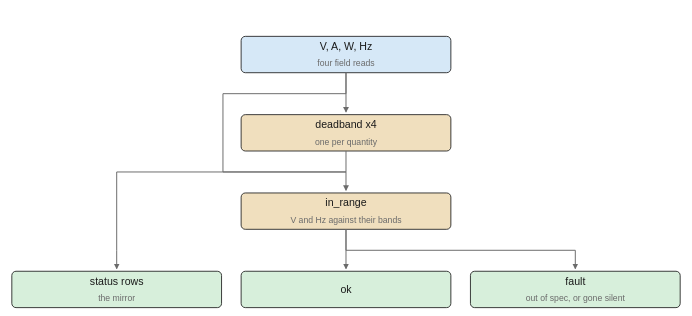
Before: images/logic/block_AcSupply.drawio.svg, a diagram exported from draw.io (pstch/botanik2). Source tidied: cells renumbered, new cells last; positions are measured from the earlier drawing's top-left corner, leaving out a move shared by most shapes.
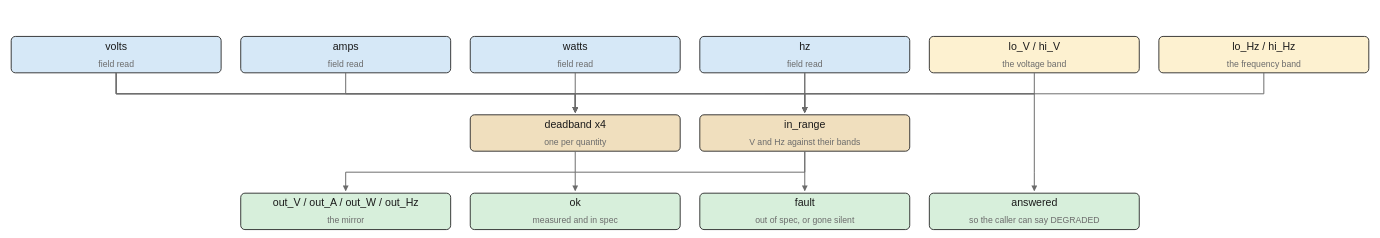
Later version of the same file.

Commit message:
logic report: AcSupply has eight inputs, not one called 'rows'

Diff of the diagram source:
```diff
@@ -2,68 +2,150 @@
   <root>
     <mxCell id="0" />
     <mxCell id="1" parent="0" />
-    <mxCell id="2" value="V, A, W, Hz" style="rounded=1;fillColor=#d6e8f7;strokeColor=#1a1a1a;whiteSpace=wrap;html=1;fontSize=8;" parent="1" vertex="1">
-      <mxGeometry x="164" width="150" height="26" as="geometry" />
+    <mxCell id="2" value="volts" style="rounded=1;fillColor=#d6e8f7;strokeColor=#1a1a1a;whiteSpace=wrap;html=1;fontSize=8;" parent="1" vertex="1">
+      <mxGeometry width="150" height="26" as="geometry" />
     </mxCell>
-    <mxCell id="3" value="deadband x4" style="rounded=1;fillColor=#f0dfbe;strokeColor=#1a1a1a;whiteSpace=wrap;html=1;fontSize=8;" parent="1" vertex="1">
-      <mxGeometry x="164" y="56" width="150" height="26" as="geometry" />
+    <mxCell id="3" value="amps" style="rounded=1;fillColor=#d6e8f7;strokeColor=#1a1a1a;whiteSpace=wrap;html=1;fontSize=8;" parent="1" vertex="1">
+      <mxGeometry x="164" width="150" height="26" as="geometry" />
     </mxCell>
-    <mxCell id="4" value="in_range" style="rounded=1;fillColor=#f0dfbe;strokeColor=#1a1a1a;whiteSpace=wrap;html=1;fontSize=8;" parent="1" vertex="1">
-      <mxGeometry x="164" y="112" width="150" height="26" as="geometry" />
+    <mxCell id="4" value="watts" style="rounded=1;fillColor=#d6e8f7;strokeColor=#1a1a1a;whiteSpace=wrap;html=1;fontSize=8;" parent="1" vertex="1">
+      <mxGeometry x="328" width="150" height="26" as="geometry" />
     </mxCell>
-    <mxCell id="5" value="status rows" style="rounded=1;fillColor=#d7efdb;strokeColor=#1a1a1a;whiteSpace=wrap;html=1;fontSize=8;" parent="1" vertex="1">
-      <mxGeometry y="168" width="150" height="26" as="geometry" />
+    <mxCell id="5" value="hz" style="rounded=1;fillColor=#d6e8f7;strokeColor=#1a1a1a;whiteSpace=wrap;html=1;fontSize=8;" parent="1" vertex="1">
+      <mxGeometry x="492" width="150" height="26" as="geometry" />
     </mxCell>
-    <mxCell id="6" value="ok" style="rounded=1;fillColor=#d7efdb;strokeColor=#1a1a1a;whiteSpace=wrap;html=1;fontSize=8;" parent="1" vertex="1">
-      <mxGeometry x="164" y="168" width="150" height="26" as="geometry" />
+    <mxCell id="6" value="lo_V / hi_V" style="rounded=1;fillColor=#fdf1d0;strokeColor=#1a1a1a;whiteSpace=wrap;html=1;fontSize=8;" parent="1" vertex="1">
+      <mxGeometry x="656" width="150" height="26" as="geometry" />
     </mxCell>
-    <mxCell id="7" value="fault" style="rounded=1;fillColor=#d7efdb;strokeColor=#1a1a1a;whiteSpace=wrap;html=1;fontSize=8;" parent="1" vertex="1">
-      <mxGeometry x="328" y="168" width="150" height="26" as="geometry" />
+    <mxCell id="7" value="lo_Hz / hi_Hz" style="rounded=1;fillColor=#fdf1d0;strokeColor=#1a1a1a;whiteSpace=wrap;html=1;fontSize=8;" parent="1" vertex="1">
+      <mxGeometry x="820" width="150" height="26" as="geometry" />
     </mxCell>
-    <mxCell id="8" style="edgeStyle=none;html=1;strokeColor=#6b6b6b;endArrow=block;" parent="1" edge="1">
-      <mxGeometry relative="1" as="geometry">
-        <mxPoint x="239" y="26" as="sourcePoint" />
-        <mxPoint x="239" y="54" as="targetPoint" />
-      </mxGeometry>
-    </mxCell>
-    <mxCell id="9" style="edgeStyle=none;html=1;strokeColor=#6b6b6b;endArrow=block;" parent="1" edge="1">
-      <mxGeometry relative="1" as="geometry">
-        <mxPoint x="239" y="82" as="sourcePoint" />
-        <mxPoint x="75" y="166" as="targetPoint" />
-        <Array as="points">
-          <mxPoint x="239" y="97" />
-          <mxPoint x="75" y="97" />
-          <mxPoint x="75" y="153" />
-        </Array>
-      </mxGeometry>
-    </mxCell>
-    <mxCell id="10" style="edgeStyle=none;html=1;strokeColor=#6b6b6b;endArrow=block;" parent="1" edge="1">
-      <mxGeometry relative="1" as="geometry">
-        <mxPoint x="239" y="26" as="sourcePoint" />
-        <mxPoint x="239" y="110" as="targetPoint" />
-        <Array as="points">
-          <mxPoint x="239" y="41" />
-          <mxPoint x="151" y="41" />
-          <mxPoint x="151" y="97" />
-          <mxPoint x="239" y="97" />
-        </Array>
-      </mxGeometry>
-    </mxCell>
-    <mxCell id="11" style="edgeStyle=none;html=1;strokeColor=#6b6b6b;endArrow=block;" parent="1" edge="1">
-      <mxGeometry relative="1" as="geometry">
-        <mxPoint x="239" y="138" as="sourcePoint" />
-        <mxPoint x="239" y="166" as="targetPoint" />
-      </mxGeometry>
-    </mxCell>
-    <mxCell id="12" style="edgeStyle=none;html=1;strokeColor=#6b6b6b;endArrow=block;" parent="1" edge="1">
-      <mxGeometry relative="1" as="geometry">
-        <mxPoint x="239" y="138" as="sourcePoint" />
-        <mxPoint x="403" y="166" as="targetPoint" />
-        <Array as="points">
-          <mxPoint x="239" y="153" />
-          <mxPoint x="403" y="153" />
-        </Array>
-      </mxGeometry>
-    </mxCell>
+    <mxCell id="13" value="deadband x4" style="rounded=1;fillColor=#f0dfbe;strokeColor=#1a1a1a;whiteSpace=wrap;html=1;fontSize=8;" parent="1" vertex="1">
+      <mxGeometry x="328" y="56" width="150" height="26" as="geometry" />
+    </mxCell>
+    <mxCell id="14" value="in_range" style="rounded=1;fillColor=#f0dfbe;strokeColor=#1a1a1a;whiteSpace=wrap;html=1;fontSize=8;" parent="1" vertex="1">
+      <mxGeometry x="492" y="56" width="150" height="26" as="geometry" />
+    </mxCell>
+    <mxCell id="15" value="out_V / out_A / out_W / out_Hz" style="rounded=1;fillColor=#d7efdb;strokeColor=#1a1a1a;whiteSpace=wrap;html=1;fontSize=8;" parent="1" vertex="1">
+      <mxGeometry x="164" y="112" width="150" height="26" as="geometry" />
+    </mxCell>
+    <mxCell id="16" value="ok" style="rounded=1;fillColor=#d7efdb;strokeColor=#1a1a1a;whiteSpace=wrap;html=1;fontSize=8;" parent="1" vertex="1">
+      <mxGeometry x="328" y="112" width="150" height="26" as="geometry" />
+    </mxCell>
+    <mxCell id="17" value="fault" style="rounded=1;fillColor=#d7efdb;strokeColor=#1a1a1a;whiteSpace=wrap;html=1;fontSize=8;" parent="1" vertex="1">
+      <mxGeometry x="492" y="112" width="150" height="26" as="geometry" />
+    </mxCell>
+    <mxCell id="18" value="answered" style="rounded=1;fillColor=#d7efdb;strokeColor=#1a1a1a;whiteSpace=wrap;html=1;fontSize=8;" parent="1" vertex="1">
+      <mxGeometry x="656" y="112" width="150" height="26" as="geometry" />
+    </mxCell>
+    <mxCell id="19" style="edgeStyle=none;html=1;strokeColor=#6b6b6b;endArrow=block;" parent="1" edge="1">
+      <mxGeometry relative="1" as="geometry">
+        <mxPoint x="75" y="26" as="sourcePoint" />
+        <mxPoint x="403" y="54" as="targetPoint" />
+        <Array as="points">
+          <mxPoint x="75" y="41" />
+          <mxPoint x="403" y="41" />
+        </Array>
+      </mxGeometry>
+    </mxCell>
+    <mxCell id="20" style="edgeStyle=none;html=1;strokeColor=#6b6b6b;endArrow=block;" parent="1" edge="1">
+      <mxGeometry relative="1" as="geometry">
+        <mxPoint x="239" y="26" as="sourcePoint" />
+        <mxPoint x="403" y="54" as="targetPoint" />
+        <Array as="points">
+          <mxPoint x="239" y="41" />
+          <mxPoint x="403" y="41" />
+        </Array>
+      </mxGeometry>
+    </mxCell>
+    <mxCell id="21" style="edgeStyle=none;html=1;strokeColor=#6b6b6b;endArrow=block;" parent="1" edge="1">
+      <mxGeometry relative="1" as="geometry">
+        <mxPoint x="403" y="26" as="sourcePoint" />
+        <mxPoint x="403" y="54" as="targetPoint" />
+      </mxGeometry>
+    </mxCell>
+    <mxCell id="22" style="edgeStyle=none;html=1;strokeColor=#6b6b6b;endArrow=block;" parent="1" edge="1">
+      <mxGeometry relative="1" as="geometry">
+        <mxPoint x="567" y="26" as="sourcePoint" />
+        <mxPoint x="403" y="54" as="targetPoint" />
+        <Array as="points">
+          <mxPoint x="567" y="41" />
+          <mxPoint x="403" y="41" />
+        </Array>
+      </mxGeometry>
+    </mxCell>
+    <mxCell id="23" style="edgeStyle=none;html=1;strokeColor=#6b6b6b;endArrow=block;" parent="1" edge="1">
+      <mxGeometry relative="1" as="geometry">
+        <mxPoint x="403" y="82" as="sourcePoint" />
+        <mxPoint x="239" y="110" as="targetPoint" />
+        <Array as="points">
+          <mxPoint x="403" y="97" />
+          <mxPoint x="239" y="97" />
+        </Array>
+      </mxGeometry>
+    </mxCell>
+    <mxCell id="24" style="edgeStyle=none;html=1;strokeColor=#6b6b6b;endArrow=block;" parent="1" edge="1">
+      <mxGeometry relative="1" as="geometry">
+        <mxPoint x="75" y="26" as="sourcePoint" />
+        <mxPoint x="567" y="54" as="targetPoint" />
+        <Array as="points">
+          <mxPoint x="75" y="41" />
+          <mxPoint x="567" y="41" />
+        </Array>
+      </mxGeometry>
+    </mxCell>
+    <mxCell id="25" style="edgeStyle=none;html=1;strokeColor=#6b6b6b;endArrow=block;" parent="1" edge="1">
+      <mxGeometry relative="1" as="geometry">
+        <mxPoint x="567" y="26" as="sourcePoint" />
+        <mxPoint x="567" y="54" as="targetPoint" />
+      </mxGeometry>
+    </mxCell>
+    <mxCell id="26" style="edgeStyle=none;html=1;strokeColor=#6b6b6b;endArrow=block;" parent="1" edge="1">
+      <mxGeometry relative="1" as="geometry">
+        <mxPoint x="731" y="26" as="sourcePoint" />
+        <mxPoint x="567" y="54" as="targetPoint" />
+        <Array as="points">
+          <mxPoint x="731" y="41" />
+          <mxPoint x="567" y="41" />
+        </Array>
+      </mxGeometry>
+    </mxCell>
+    <mxCell id="27" style="edgeStyle=none;html=1;strokeColor=#6b6b6b;endArrow=block;" parent="1" edge="1">
+      <mxGeometry relative="1" as="geometry">
+        <mxPoint x="895" y="26" as="sourcePoint" />
+        <mxPoint x="567" y="54" as="targetPoint" />
+        <Array as="points">
+          <mxPoint x="895" y="41" />
+          <mxPoint x="567" y="41" />
+        </Array>
+      </mxGeometry>
+    </mxCell>
+    <mxCell id="28" style="edgeStyle=none;html=1;strokeColor=#6b6b6b;endArrow=block;" parent="1" edge="1">
+      <mxGeometry relative="1" as="geometry">
+        <mxPoint x="567" y="82" as="sourcePoint" />
+        <mxPoint x="403" y="110" as="targetPoint" />
+        <Array as="points">
+          <mxPoint x="567" y="97" />
+          <mxPoint x="403" y="97" />
+        </Array>
+      </mxGeometry>
+    </mxCell>
+    <mxCell id="29" style="edgeStyle=none;html=1;strokeColor=#6b6b6b;endArrow=block;" parent="1" edge="1">
+      <mxGeometry relative="1" as="geometry">
+        <mxPoint x="567" y="82" as="sourcePoint" />
+        <mxPoint x="567" y="110" as="targetPoint" />
+      </mxGeometry>
+    </mxCell>
+    <mxCell id="30" style="edgeStyle=none;html=1;strokeColor=#6b6b6b;endArrow=block;" parent="1" edge="1">
+      <mxGeometry relative="1" as="geometry">
+        <mxPoint x="75" y="26" as="sourcePoint" />
+        <mxPoint x="731" y="110" as="targetPoint" />
+        <Array as="points">
+          <mxPoint x="75" y="41" />
+          <mxPoint x="731" y="41" />
+          <mxPoint x="731" y="97" />
+        </Array>
+      </mxGeometry>
+    </mxCell>
   </root>
 </mxGraphModel>
```
